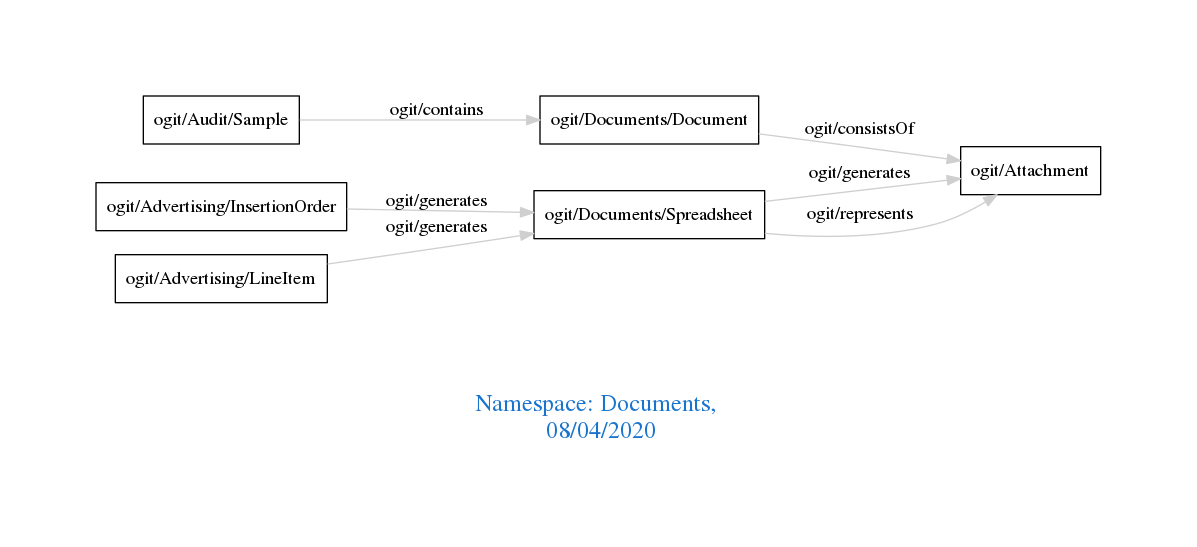
Earlier version of the Graphviz export downloads/Documents.png (arago/OGIT). Its source is kept beside it as downloads/Documents.dot.
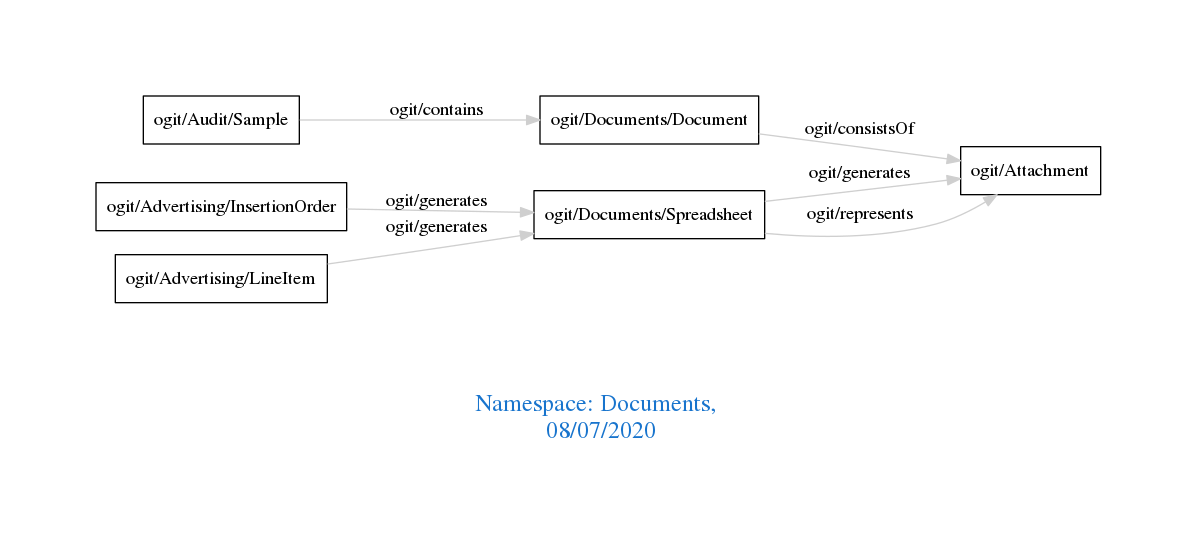
Later version of the same file.

What changed in the source:
```diff
@@ -1,7 +1,7 @@
 digraph OGIT_ontology {
  graph [ rankdir= LR,pad=1
 fontsize = 18,
-fontcolor= dodgerblue3,label = "\n\n\nNamespace: Documents, \n 08/04/2020"];
+fontcolor= dodgerblue3,label = "\n\n\nNamespace: Documents, \n 08/07/2020"];
 node[shape=polygon];
 edge [  color="gray81"];
 
```
